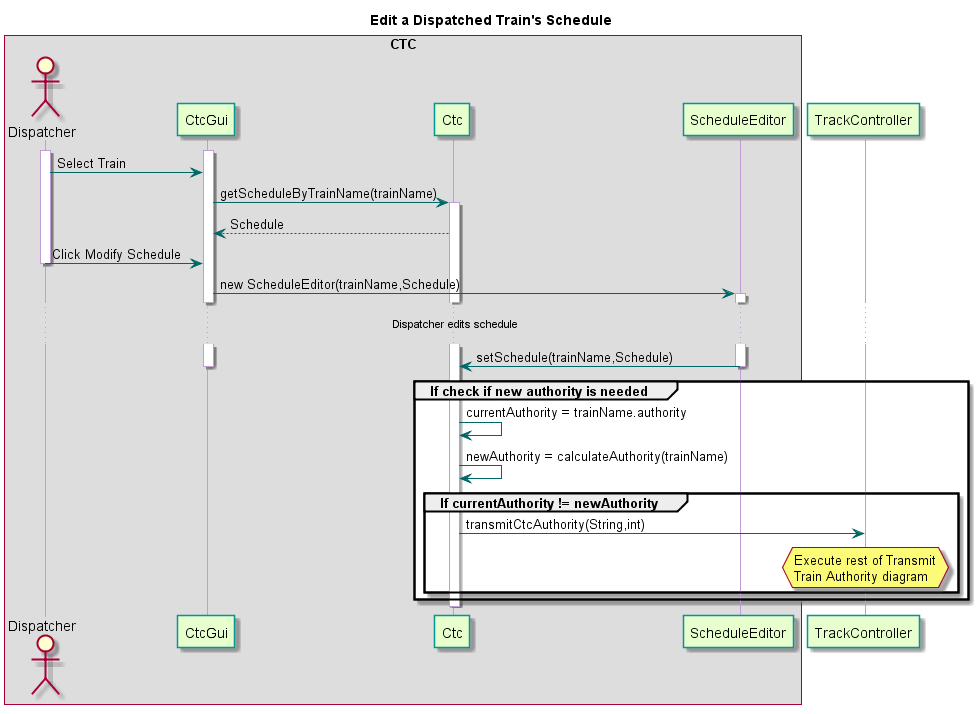
Before: TrainSystem/yUML/Sequence Diagrams/Ctc/CtcEditSchedule.png, a diagram exported from PlantUML (kevingilboy/COE1186).
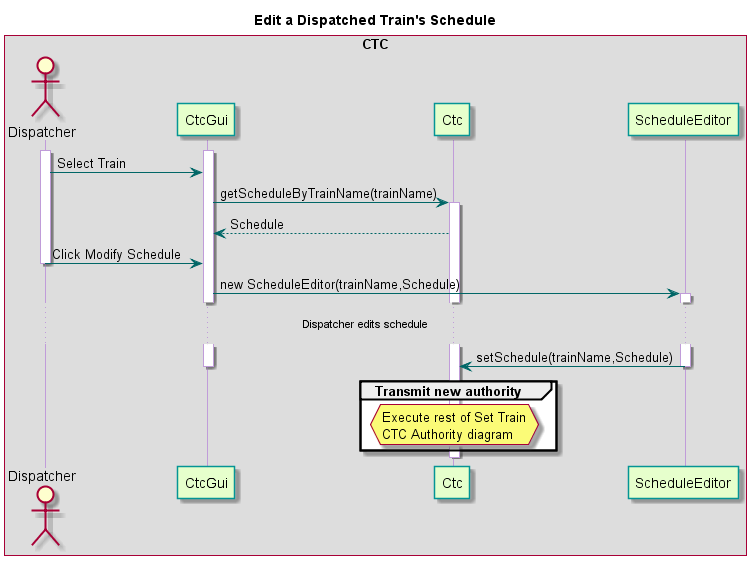
The same file after the commit.

What changed in the source:
```diff
@@ -17,7 +17,6 @@
 participant Ctc
 participant ScheduleEditor
 end box
-participant TrackController
 
 activate Dispatcher
 activate CtcGui
@@ -33,13 +32,8 @@
 ScheduleEditor -> Ctc : setSchedule(trainName,Schedule)
 deactivate ScheduleEditor
 deactivate CtcGui
-group If check if new authority is needed
-Ctc -> Ctc : currentAuthority = trainName.authority
-Ctc -> Ctc : newAuthority = calculateAuthority(trainName)
-  group If currentAuthority != newAuthority
-  Ctc -> TrackController : transmitCtcAuthority(String,int)
-  hnote over TrackController: Execute rest of Transmit\nTrain Authority diagram
-  end
+group Transmit new authority
+hnote over Ctc: Execute rest of Set Train\nCTC Authority diagram
 end
 deactivate Ctc
 @enduml
```
